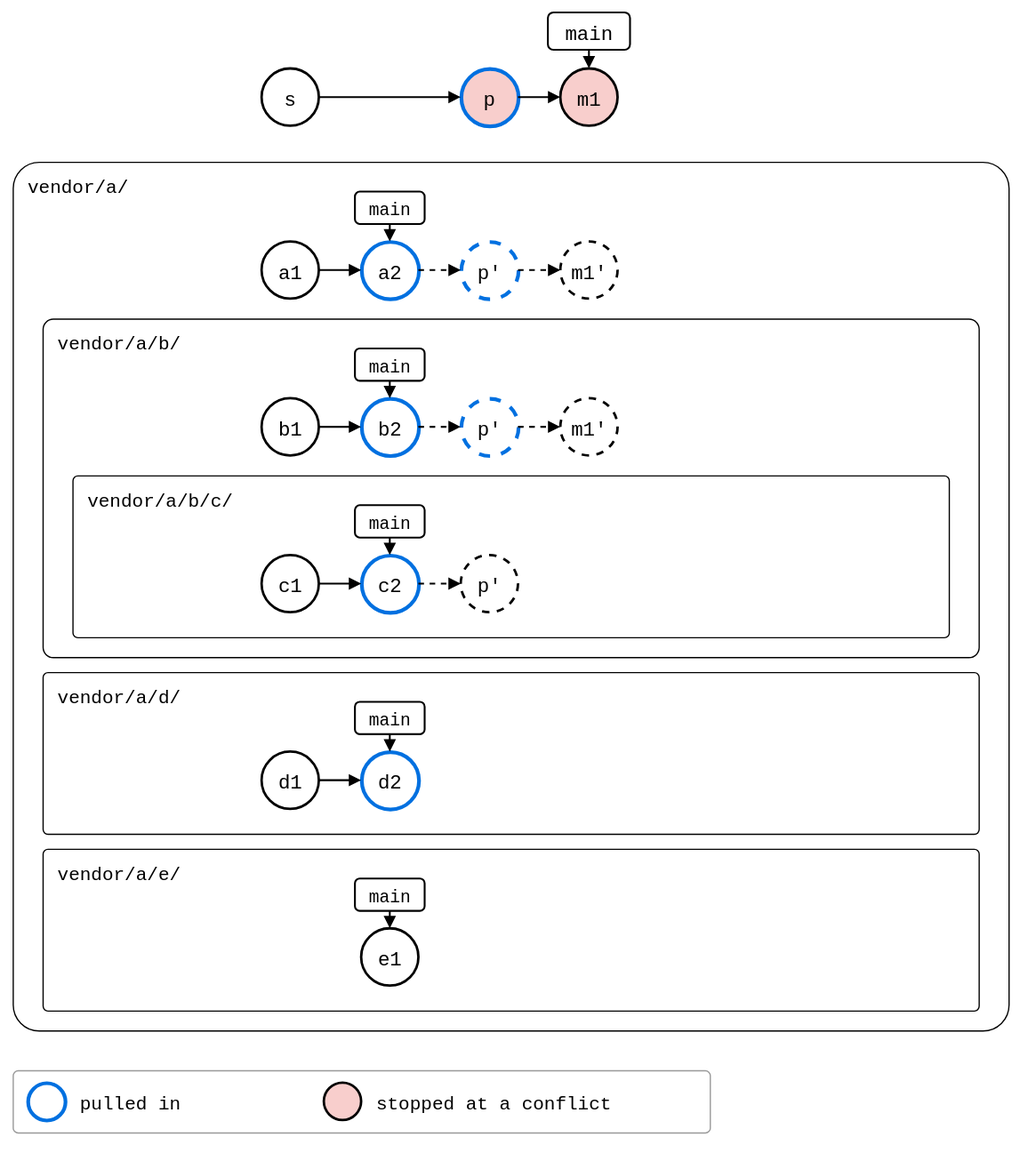
Above: docs/09-scenarios/05-nested-splices/05-recursion/01-recursive-pull/rebased-pulled.drawio.svg in roschaefer/git-splice (draw.io), before the change. Source tidied: cells renumbered, new cells last; positions are measured from the earlier drawing's top-left corner, leaving out a move shared by most shapes.
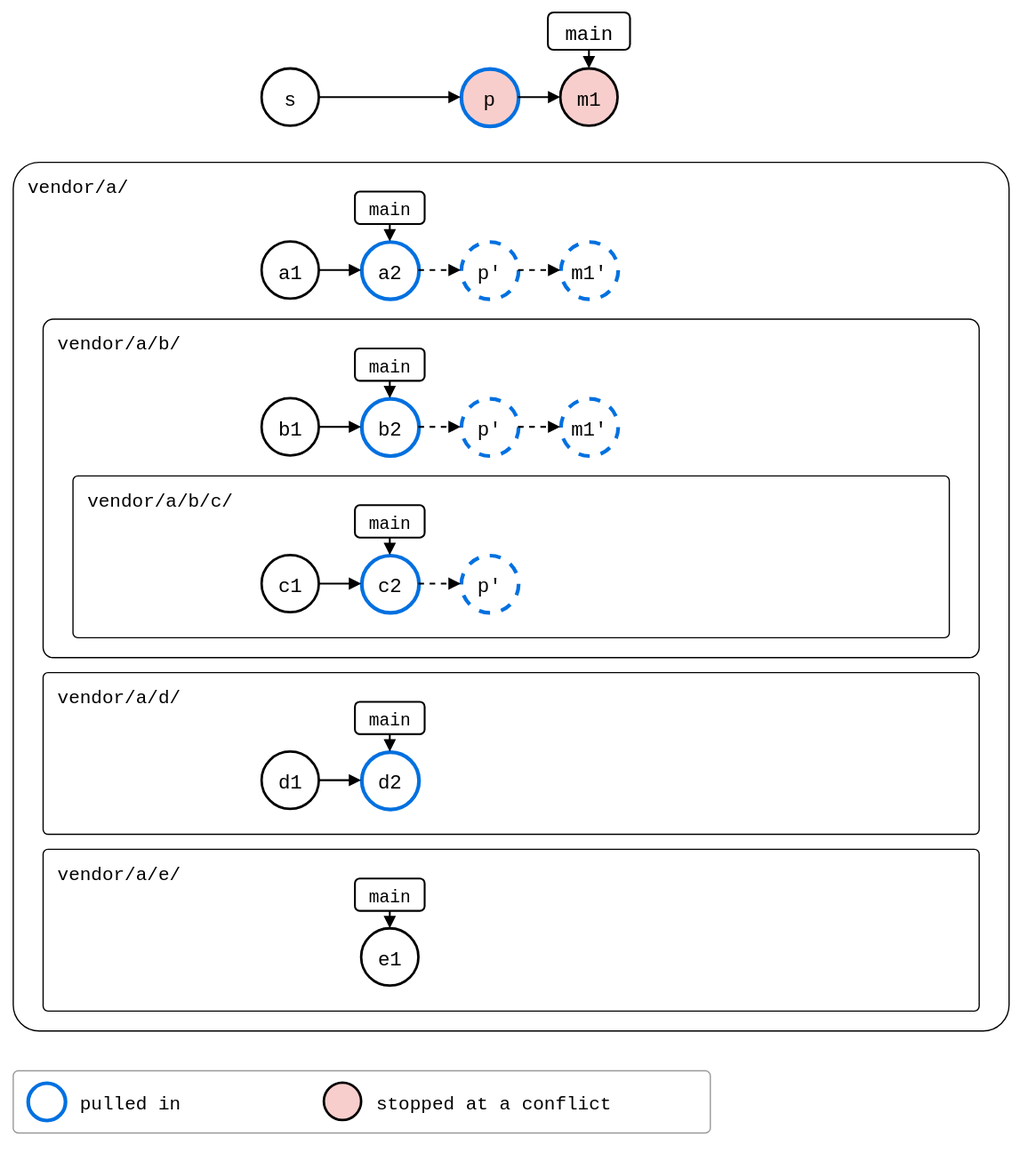
Above is the later version.

Change to the diagram source:
```diff
@@ -41,7 +41,7 @@
     <mxCell id="14" value="p'" style="ellipse;strokeWidth=2;fontSize=16;fontFamily=Roboto Mono,monospace;strokeColor=#0070E0;strokeWidth=3;dashed=1;" parent="1" vertex="1">
       <mxGeometry x="360" y="184" width="46" height="46" as="geometry" />
     </mxCell>
-    <mxCell id="15" value="m1'" style="ellipse;strokeWidth=2;fontSize=16;fontFamily=Roboto Mono,monospace;dashed=1;" parent="1" vertex="1">
+    <mxCell id="15" value="m1'" style="ellipse;strokeWidth=2;fontSize=16;fontFamily=Roboto Mono,monospace;strokeColor=#0070E0;strokeWidth=3;dashed=1;" parent="1" vertex="1">
       <mxGeometry x="440" y="184" width="46" height="46" as="geometry" />
     </mxCell>
     <mxCell id="16" value="main" style="rounded=1;strokeWidth=1.5;fontSize=16;fontFamily=Roboto Mono,monospace;fontSize=14;" parent="1" vertex="1">
@@ -59,7 +59,7 @@
     <mxCell id="20" value="p'" style="ellipse;strokeWidth=2;fontSize=16;fontFamily=Roboto Mono,monospace;strokeColor=#0070E0;strokeWidth=3;dashed=1;" parent="1" vertex="1">
       <mxGeometry x="360" y="310" width="46" height="46" as="geometry" />
     </mxCell>
-    <mxCell id="21" value="m1'" style="ellipse;strokeWidth=2;fontSize=16;fontFamily=Roboto Mono,monospace;dashed=1;" parent="1" vertex="1">
+    <mxCell id="21" value="m1'" style="ellipse;strokeWidth=2;fontSize=16;fontFamily=Roboto Mono,monospace;strokeColor=#0070E0;strokeWidth=3;dashed=1;" parent="1" vertex="1">
       <mxGeometry x="440" y="310" width="46" height="46" as="geometry" />
     </mxCell>
     <mxCell id="22" value="main" style="rounded=1;strokeWidth=1.5;fontSize=16;fontFamily=Roboto Mono,monospace;fontSize=14;" parent="1" vertex="1">
@@ -74,7 +74,7 @@
     <mxCell id="25" value="c2" style="ellipse;strokeWidth=2;fontSize=16;fontFamily=Roboto Mono,monospace;strokeColor=#0070E0;strokeWidth=3;" parent="1" vertex="1">
       <mxGeometry x="280" y="436" width="46" height="46" as="geometry" />
     </mxCell>
-    <mxCell id="26" value="p'" style="ellipse;strokeWidth=2;fontSize=16;fontFamily=Roboto Mono,monospace;dashed=1;" parent="1" vertex="1">
+    <mxCell id="26" value="p'" style="ellipse;strokeWidth=2;fontSize=16;fontFamily=Roboto Mono,monospace;strokeColor=#0070E0;strokeWidth=3;dashed=1;" parent="1" vertex="1">
       <mxGeometry x="360" y="436" width="46" height="46" as="geometry" />
     </mxCell>
     <mxCell id="27" value="main" style="rounded=1;strokeWidth=1.5;fontSize=16;fontFamily=Roboto Mono,monospace;fontSize=14;" parent="1" vertex="1">
```
